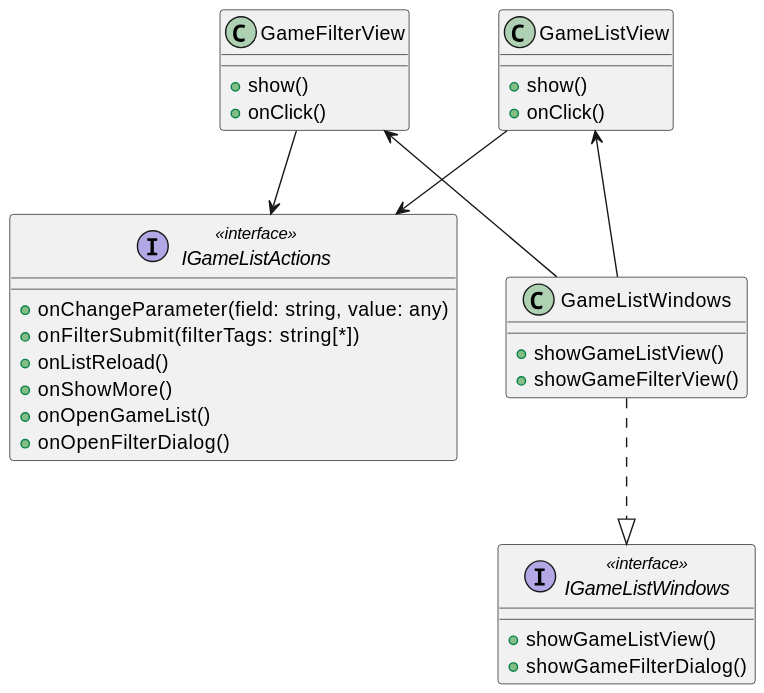
Igor-Ochocki/POP-2026Z keeps this PlantUML diagram as diagrams/frontend/rendered/game-list-view.svg. Above is the earlier version.
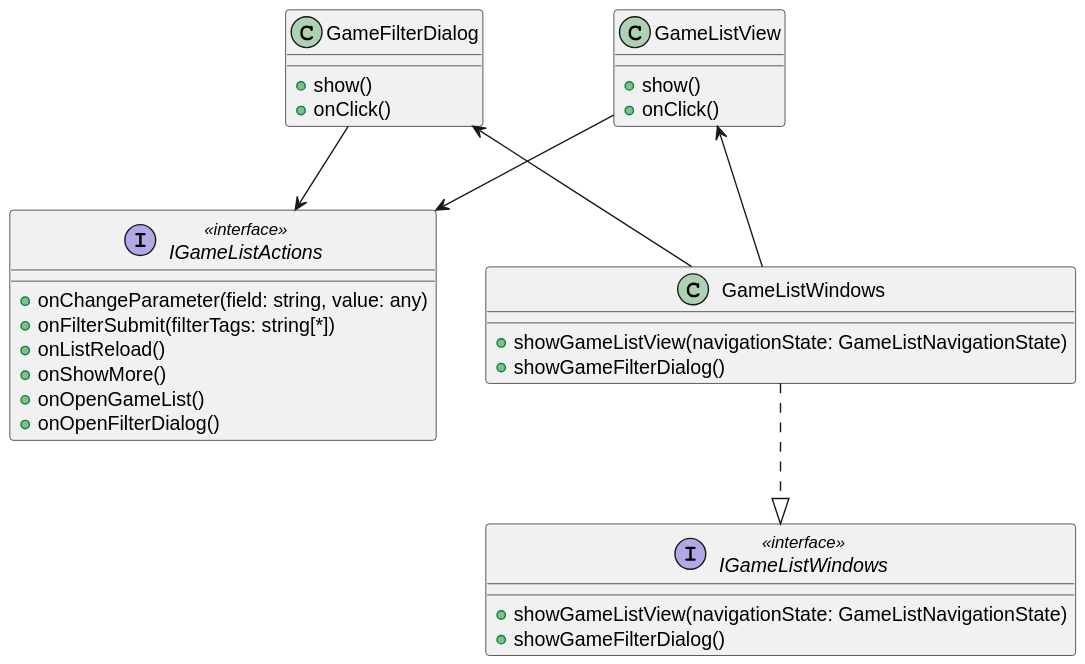
The same diagram one commit later.

Change to the diagram source:
```diff
@@ -1,6 +1,6 @@
 @startuml
 interface IGameListWindows <<interface>> {
-    +showGameListView()
+    +showGameListView(navigationState: GameListNavigationState)
     +showGameFilterDialog()
 }
 
@@ -14,8 +14,8 @@
 }
 
 class GameListWindows {
-    +showGameListView()
-    +showGameFilterView()
+    +showGameListView(navigationState: GameListNavigationState)
+    +showGameFilterDialog()
 }
 
 class GameListView {
@@ -23,15 +23,15 @@
     +onClick()
 }
 
-class GameFilterView {
+class GameFilterDialog {
     +show()
     +onClick()
 }
 
 GameListWindows ..|> IGameListWindows
 GameListWindows -u-> GameListView
-GameListWindows -u-> GameFilterView
+GameListWindows -u-> GameFilterDialog
 
 GameListView --> IGameListActions
-GameFilterView --> IGameListActions
+GameFilterDialog --> IGameListActions
 @enduml
```
